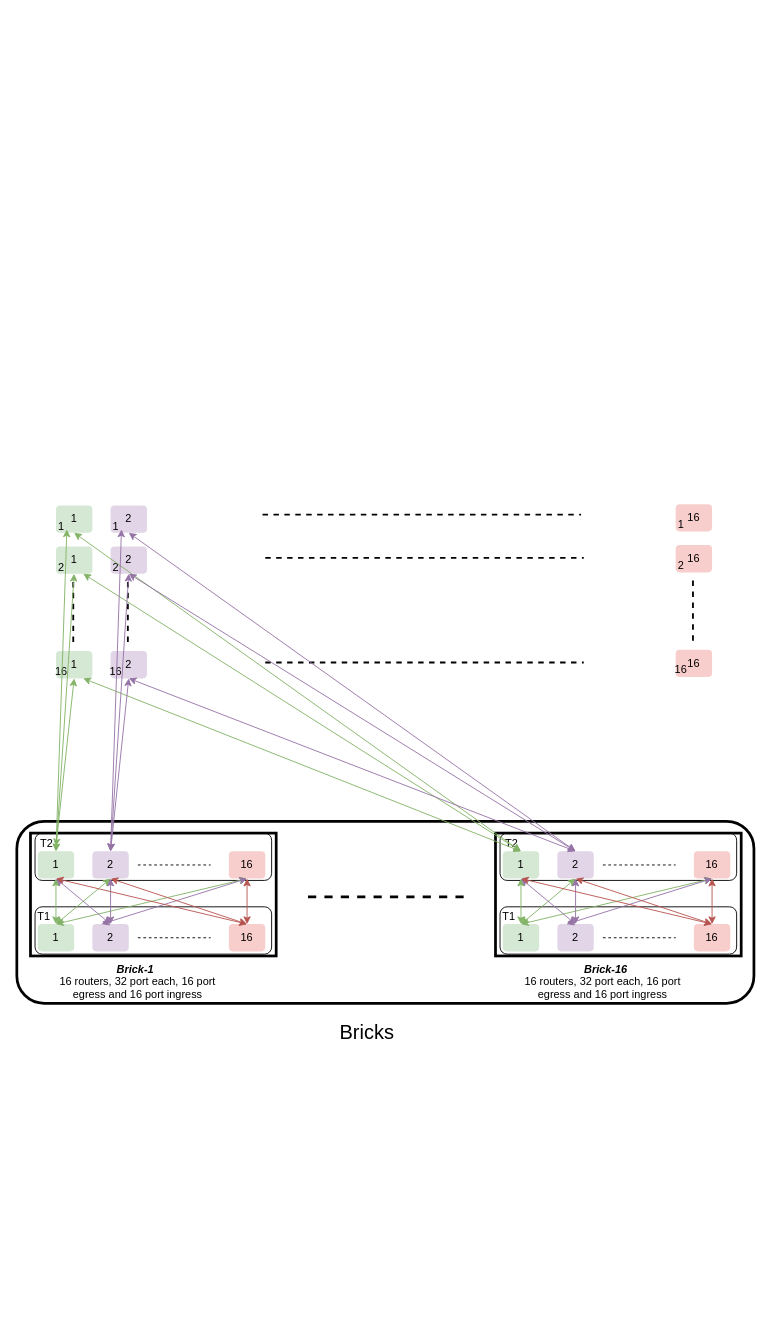
sugchand/drawio keeps this draw.io diagram as aws-brick-spine-clos-network.drawio. Above is the earlier version. Source tidied: cells renumbered, new cells numbered last; positions are measured from the earlier drawing's top-left corner, leaving out a move shared by most shapes. Both pictures are drawn from the tidied source at 91%, with x=0, y=0 at pixel (16, 503).
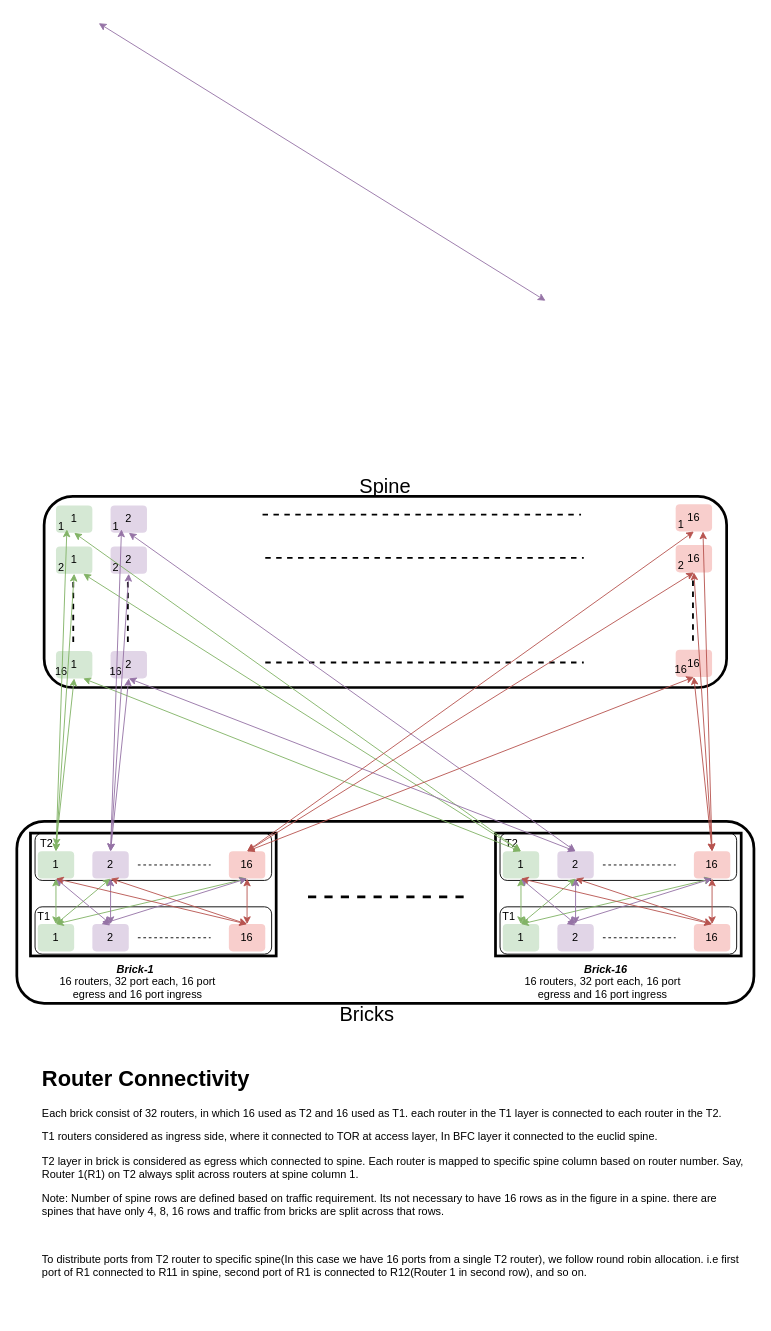
After the change.

Unchanged cells that the change refers to:
```xml
<mxCell id="12" value="16" style="rounded=1;whiteSpace=wrap;html=1;fillColor=#f8cecc;strokeColor=none;" parent="2" vertex="1">
  <mxGeometry x="218" y="20" width="40" height="30" as="geometry" />
</mxCell>
<mxCell id="37" value="2" style="rounded=1;whiteSpace=wrap;html=1;fillColor=#e1d5e7;strokeColor=none;" parent="30" vertex="1">
  <mxGeometry x="68" y="20" width="40" height="30" as="geometry" />
</mxCell>
<mxCell id="39" value="16" style="rounded=1;whiteSpace=wrap;html=1;fillColor=#f8cecc;strokeColor=none;" parent="30" vertex="1">
  <mxGeometry x="218" y="20" width="40" height="30" as="geometry" />
</mxCell>
<mxCell id="65" value="2" style="rounded=1;whiteSpace=wrap;html=1;fillColor=#e1d5e7;strokeColor=none;" parent="63" vertex="1">
  <mxGeometry y="45" width="40" height="30" as="geometry" />
</mxCell>
<mxCell id="73" value="16" style="rounded=1;whiteSpace=wrap;html=1;fillColor=#f8cecc;strokeColor=none;" parent="72" vertex="1">
  <mxGeometry width="40" height="30" as="geometry" />
</mxCell>
<mxCell id="74" value="16" style="rounded=1;whiteSpace=wrap;html=1;fillColor=#f8cecc;strokeColor=none;" parent="72" vertex="1">
  <mxGeometry y="45" width="40" height="30" as="geometry" />
</mxCell>
<mxCell id="76" value="16" style="rounded=1;whiteSpace=wrap;html=1;fillColor=#f8cecc;strokeColor=none;" parent="72" vertex="1">
  <mxGeometry y="160" width="40" height="30" as="geometry" />
</mxCell>
```

Diff of the diagram source:
```diff
@@
+    <mxCell id="92" style="endArrow=classic;startArrow=classic;html=1;strokeWidth=1;fillColor=#e1d5e7;strokeColor=#9673a6;exitX=0.5;exitY=0;exitDx=0;exitDy=0;entryX=0.5;entryY=1;entryDx=0;entryDy=0;" parent="1" edge="1">
+      <mxGeometry relative="1" as="geometry">
+        <mxPoint x="581" y="-223" as="sourcePoint" />
+        <mxPoint x="90" y="-528" as="targetPoint" />
+      </mxGeometry>
+    </mxCell>
+    <mxCell id="94" style="rounded=1;whiteSpace=wrap;html=1;strokeColor=#000000;strokeWidth=3;" parent="1" vertex="1">
+      <mxGeometry x="30" y="-8" width="750" height="210" as="geometry" />
+    </mxCell>
@@
     <mxCell id="29" value="&lt;font style=&quot;font-size: 22px&quot;&gt;Bricks&lt;/font&gt;" style="text;html=1;strokeColor=none;fillColor=none;align=center;verticalAlign=middle;whiteSpace=wrap;rounded=0;" parent="1" vertex="1">
-      <mxGeometry x="365" y="572" width="40" height="20" as="geometry" />
+      <mxGeometry x="365" y="552" width="40" height="20" as="geometry" />
     </mxCell>
@@
-    <mxCell id="92" style="endArrow=classic;startArrow=classic;html=1;strokeWidth=1;fillColor=#e1d5e7;strokeColor=#9673a6;exitX=0.5;exitY=0;exitDx=0;exitDy=0;entryX=0.5;entryY=1;entryDx=0;entryDy=0;" parent="1" edge="1" source="37" target="65">
-      <mxGeometry relative="1" as="geometry" />
-    </mxCell>
@@
+    <mxCell id="95" style="endArrow=classic;startArrow=classic;html=1;strokeWidth=1;exitX=0.5;exitY=0;exitDx=0;exitDy=0;entryX=0.5;entryY=1;entryDx=0;entryDy=0;fillColor=#f8cecc;strokeColor=#b85450;" parent="1" edge="1" source="12" target="73">
+      <mxGeometry relative="1" as="geometry" />
+    </mxCell>
+    <mxCell id="96" style="endArrow=classic;startArrow=classic;html=1;strokeWidth=1;exitX=0.5;exitY=0;exitDx=0;exitDy=0;entryX=0.5;entryY=1;entryDx=0;entryDy=0;fillColor=#f8cecc;strokeColor=#b85450;" parent="1" edge="1" source="12" target="74">
+      <mxGeometry relative="1" as="geometry" />
+    </mxCell>
+    <mxCell id="97" style="endArrow=classic;startArrow=classic;html=1;strokeWidth=1;exitX=0.5;exitY=0;exitDx=0;exitDy=0;entryX=0.5;entryY=1;entryDx=0;entryDy=0;fillColor=#f8cecc;strokeColor=#b85450;" parent="1" edge="1" source="12" target="76">
+      <mxGeometry relative="1" as="geometry" />
+    </mxCell>
+    <mxCell id="98" style="endArrow=classic;startArrow=classic;html=1;strokeWidth=1;exitX=0.5;exitY=0;exitDx=0;exitDy=0;entryX=0.75;entryY=1;entryDx=0;entryDy=0;fillColor=#f8cecc;strokeColor=#b85450;" parent="1" edge="1" source="39" target="73">
+      <mxGeometry relative="1" as="geometry" />
+    </mxCell>
+    <mxCell id="99" style="endArrow=classic;startArrow=classic;html=1;strokeWidth=1;exitX=0.5;exitY=0;exitDx=0;exitDy=0;entryX=0.5;entryY=1;entryDx=0;entryDy=0;fillColor=#f8cecc;strokeColor=#b85450;" parent="1" edge="1" source="39" target="74">
+      <mxGeometry relative="1" as="geometry" />
+    </mxCell>
+    <mxCell id="100" style="endArrow=classic;startArrow=classic;html=1;strokeWidth=1;exitX=0.5;exitY=0;exitDx=0;exitDy=0;entryX=0.5;entryY=1;entryDx=0;entryDy=0;fillColor=#f8cecc;strokeColor=#b85450;" parent="1" edge="1" source="39" target="76">
+      <mxGeometry relative="1" as="geometry" />
+    </mxCell>
+    <mxCell id="101" value="&lt;font style=&quot;font-size: 22px&quot;&gt;Spine&lt;/font&gt;" style="text;html=1;strokeColor=none;fillColor=none;align=center;verticalAlign=middle;whiteSpace=wrap;rounded=0;" parent="1" vertex="1">
+      <mxGeometry x="385" y="-28" width="40" height="20" as="geometry" />
+    </mxCell>
+    <mxCell id="102" value="&lt;h1&gt;Router Connectivity&lt;/h1&gt;&lt;p&gt;Each brick consist of 32 routers, in which 16 used as T2 and 16 used as T1. each router in the T1 layer is connected to each router in the T2.&amp;nbsp;&lt;/p&gt;&lt;p&gt;T1 routers considered as&lt;span&gt;&amp;nbsp;ingress side, where it connected to TOR at access layer,&amp;nbsp;&lt;/span&gt;&lt;span&gt;In BFC layer it connected to the euclid spine.&lt;/span&gt;&lt;/p&gt;&lt;p&gt;&lt;span&gt;T2 layer in brick is considered as egress which connected to spine. Each router is mapped to specific spine column based on router number. Say, Router 1(R1) on T2 always split across routers at spine column 1.&amp;nbsp;&lt;/span&gt;&lt;/p&gt;&lt;p&gt;&lt;span&gt;Note: Number of spine rows are defined based on traffic requirement. Its not necessary to have 16 rows as in the figure in a spine. there are spines that have only 4, 8, 16 rows and traffic from bricks are split across that rows.&lt;/span&gt;&lt;/p&gt;&lt;p&gt;&lt;span&gt;&lt;br&gt;&lt;/span&gt;&lt;/p&gt;&lt;p&gt;To distribute ports from T2 router to specific spine(In this case we have 16 ports from a single T2 router), we follow round robin allocation. i.e first port of R1 connected to R11 in spine, second port of R1 is connected to R12(Router 1 in second row), and so on.&lt;/p&gt;&lt;p&gt;&lt;span&gt;&lt;br&gt;&lt;/span&gt;&lt;/p&gt;&lt;p&gt;&lt;br&gt;&lt;/p&gt;" style="text;html=1;strokeColor=none;fillColor=none;spacing=5;spacingTop=-20;whiteSpace=wrap;overflow=hidden;rounded=0;" parent="1" vertex="1">
+      <mxGeometry x="23" y="612" width="787" height="280" as="geometry" />
+    </mxCell>
```
